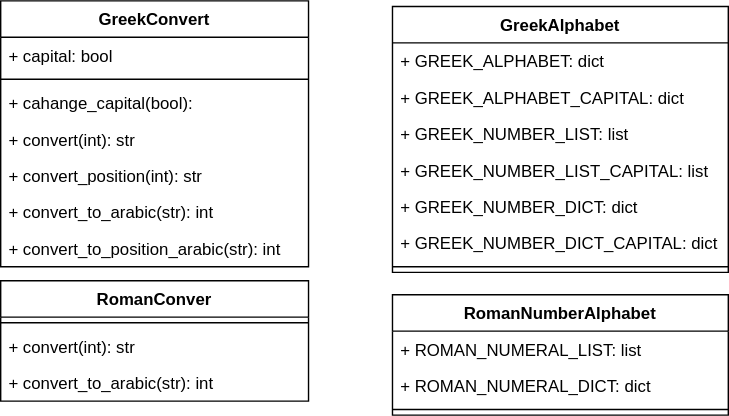
Earlier version of the draw.io export Diagrams/ArabicToRoman.drawio.svg (PavelKotDRM/GreekRomanNumerical). Source tidied: cells renumbered, new cells last; positions are measured from the earlier drawing's top-left corner, leaving out a move shared by most shapes. The source it was exported from:
```xml
<mxGraphModel background="#FFFFFF">
  <root>
    <mxCell id="0" />
    <mxCell id="1" parent="0" />
    <mxCell id="2" value="GreekConvert" style="swimlane;fontStyle=1;align=center;verticalAlign=top;horizontal=1;startSize=26;" parent="1" vertex="1">
      <mxGeometry width="220" height="190" as="geometry" />
    </mxCell>
    <mxCell id="3" value="+ capital: bool" style="text;strokeColor=none;fillColor=none;align=left;verticalAlign=top;spacingLeft=4;spacingRight=4;overflow=hidden;" parent="2" vertex="1">
      <mxGeometry y="26" width="220" height="26" as="geometry" />
    </mxCell>
    <mxCell id="4" style="line;strokeWidth=1;fillColor=none;align=left;verticalAlign=middle;spacingTop=-1;spacingLeft=3;spacingRight=3;labelPosition=right;strokeColor=inherit;" parent="2" vertex="1">
      <mxGeometry y="52" width="220" height="8" as="geometry" />
    </mxCell>
    <mxCell id="5" value="+ cahange_capital(bool): " style="text;strokeColor=none;fillColor=none;align=left;verticalAlign=top;spacingLeft=4;spacingRight=4;overflow=hidden;" parent="2" vertex="1">
      <mxGeometry y="60" width="220" height="26" as="geometry" />
    </mxCell>
    <mxCell id="6" value="+ convert(int): str" style="text;strokeColor=none;fillColor=none;align=left;verticalAlign=top;spacingLeft=4;spacingRight=4;overflow=hidden;" parent="2" vertex="1">
      <mxGeometry y="86" width="220" height="26" as="geometry" />
    </mxCell>
    <mxCell id="7" value="+ convert_position(int): str" style="text;strokeColor=none;fillColor=none;align=left;verticalAlign=top;spacingLeft=4;spacingRight=4;overflow=hidden;" parent="2" vertex="1">
      <mxGeometry y="112" width="220" height="26" as="geometry" />
    </mxCell>
    <mxCell id="8" value="+ convert_to_arabic(str): int" style="text;strokeColor=none;fillColor=none;align=left;verticalAlign=top;spacingLeft=4;spacingRight=4;overflow=hidden;" parent="2" vertex="1">
      <mxGeometry y="138" width="220" height="26" as="geometry" />
    </mxCell>
    <mxCell id="9" value="+ convert_to_position_arabic(str): int" style="text;strokeColor=none;fillColor=none;align=left;verticalAlign=top;spacingLeft=4;spacingRight=4;overflow=hidden;" parent="2" vertex="1">
      <mxGeometry y="164" width="220" height="26" as="geometry" />
    </mxCell>
    <mxCell id="10" value="RomanConver" style="swimlane;fontStyle=1;align=center;verticalAlign=top;horizontal=1;startSize=26;" parent="1" vertex="1">
      <mxGeometry y="200" width="220" height="86" as="geometry" />
    </mxCell>
    <mxCell id="11" style="line;strokeWidth=1;fillColor=none;align=left;verticalAlign=middle;spacingTop=-1;spacingLeft=3;spacingRight=3;labelPosition=right;strokeColor=inherit;" parent="10" vertex="1">
      <mxGeometry y="26" width="220" height="8" as="geometry" />
    </mxCell>
    <mxCell id="12" value="+ convert(int): str" style="text;strokeColor=none;fillColor=none;align=left;verticalAlign=top;spacingLeft=4;spacingRight=4;overflow=hidden;" parent="10" vertex="1">
      <mxGeometry y="34" width="220" height="26" as="geometry" />
    </mxCell>
    <mxCell id="13" value="+ convert_to_arabic(str): int" style="text;strokeColor=none;fillColor=none;align=left;verticalAlign=top;spacingLeft=4;spacingRight=4;overflow=hidden;" parent="10" vertex="1">
      <mxGeometry y="60" width="220" height="26" as="geometry" />
    </mxCell>
    <mxCell id="14" value="GreekAlphabet" style="swimlane;fontStyle=1;align=center;verticalAlign=top;horizontal=1;startSize=26;" parent="1" vertex="1">
      <mxGeometry x="280" y="4" width="240" height="190" as="geometry" />
    </mxCell>
    <mxCell id="15" value="+ GREEK_ALPHABET: dict" style="text;strokeColor=none;fillColor=none;align=left;verticalAlign=top;spacingLeft=4;spacingRight=4;overflow=hidden;" parent="14" vertex="1">
      <mxGeometry y="26" width="240" height="26" as="geometry" />
    </mxCell>
    <mxCell id="16" value="+ GREEK_ALPHABET_CAPITAL: dict" style="text;strokeColor=none;fillColor=none;align=left;verticalAlign=top;spacingLeft=4;spacingRight=4;overflow=hidden;" parent="14" vertex="1">
      <mxGeometry y="52" width="240" height="26" as="geometry" />
    </mxCell>
    <mxCell id="17" value="+ GREEK_NUMBER_LIST: list" style="text;strokeColor=none;fillColor=none;align=left;verticalAlign=top;spacingLeft=4;spacingRight=4;overflow=hidden;" parent="14" vertex="1">
      <mxGeometry y="78" width="240" height="26" as="geometry" />
    </mxCell>
    <mxCell id="18" value="+ GREEK_NUMBER_LIST_CAPITAL: list" style="text;strokeColor=none;fillColor=none;align=left;verticalAlign=top;spacingLeft=4;spacingRight=4;overflow=hidden;" parent="14" vertex="1">
      <mxGeometry y="104" width="240" height="26" as="geometry" />
    </mxCell>
    <mxCell id="19" value="+ GREEK_NUMBER_DICT: dict" style="text;strokeColor=none;fillColor=none;align=left;verticalAlign=top;spacingLeft=4;spacingRight=4;overflow=hidden;" parent="14" vertex="1">
      <mxGeometry y="130" width="240" height="26" as="geometry" />
    </mxCell>
    <mxCell id="20" value="+ GREEK_NUMBER_DICT_CAPITAL: dict" style="text;strokeColor=none;fillColor=none;align=left;verticalAlign=top;spacingLeft=4;spacingRight=4;overflow=hidden;" parent="14" vertex="1">
      <mxGeometry y="156" width="240" height="26" as="geometry" />
    </mxCell>
    <mxCell id="21" style="line;strokeWidth=1;fillColor=none;align=left;verticalAlign=middle;spacingTop=-1;spacingLeft=3;spacingRight=3;labelPosition=right;strokeColor=inherit;" parent="14" vertex="1">
      <mxGeometry y="182" width="240" height="8" as="geometry" />
    </mxCell>
    <mxCell id="22" value="RomanNumberAlphabet" style="swimlane;fontStyle=1;align=center;verticalAlign=top;horizontal=1;startSize=26;" parent="1" vertex="1">
      <mxGeometry x="280" y="210" width="240" height="86" as="geometry" />
    </mxCell>
    <mxCell id="23" value="+ ROMAN_NUMERAL_LIST: list" style="text;strokeColor=none;fillColor=none;align=left;verticalAlign=top;spacingLeft=4;spacingRight=4;overflow=hidden;" parent="22" vertex="1">
      <mxGeometry y="26" width="240" height="26" as="geometry" />
    </mxCell>
    <mxCell id="24" value="+ ROMAN_NUMERAL_DICT: dict" style="text;strokeColor=none;fillColor=none;align=left;verticalAlign=top;spacingLeft=4;spacingRight=4;overflow=hidden;" parent="22" vertex="1">
      <mxGeometry y="52" width="240" height="26" as="geometry" />
    </mxCell>
    <mxCell id="25" style="line;strokeWidth=1;fillColor=none;align=left;verticalAlign=middle;spacingTop=-1;spacingLeft=3;spacingRight=3;labelPosition=right;strokeColor=inherit;" parent="22" vertex="1">
      <mxGeometry y="78" width="240" height="8" as="geometry" />
    </mxCell>
  </root>
</mxGraphModel>
```
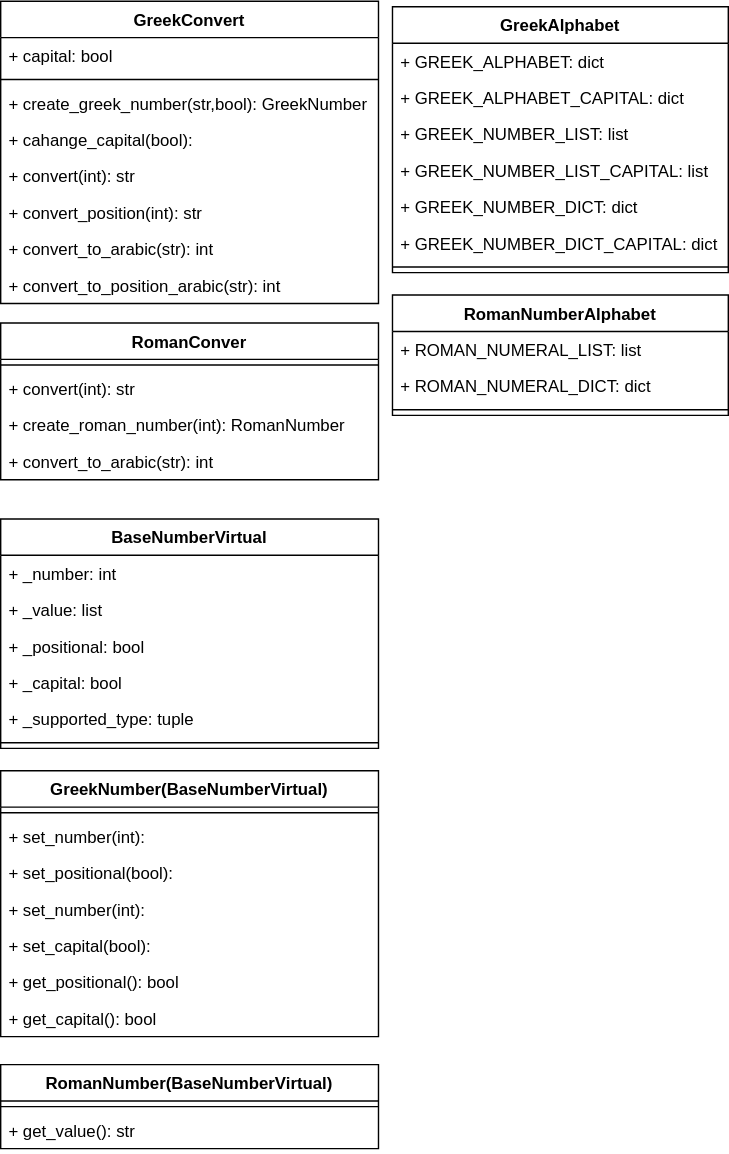
Later version of the same file.

Change to the diagram source:
```diff
@@ -3,40 +3,46 @@
     <mxCell id="0" />
     <mxCell id="1" parent="0" />
     <mxCell id="2" value="GreekConvert" style="swimlane;fontStyle=1;align=center;verticalAlign=top;horizontal=1;startSize=26;" parent="1" vertex="1">
-      <mxGeometry width="220" height="190" as="geometry" />
+      <mxGeometry width="270" height="216" as="geometry" />
     </mxCell>
     <mxCell id="3" value="+ capital: bool" style="text;strokeColor=none;fillColor=none;align=left;verticalAlign=top;spacingLeft=4;spacingRight=4;overflow=hidden;" parent="2" vertex="1">
-      <mxGeometry y="26" width="220" height="26" as="geometry" />
+      <mxGeometry y="26" width="270" height="26" as="geometry" />
     </mxCell>
     <mxCell id="4" style="line;strokeWidth=1;fillColor=none;align=left;verticalAlign=middle;spacingTop=-1;spacingLeft=3;spacingRight=3;labelPosition=right;strokeColor=inherit;" parent="2" vertex="1">
-      <mxGeometry y="52" width="220" height="8" as="geometry" />
+      <mxGeometry y="52" width="270" height="8" as="geometry" />
     </mxCell>
+    <mxCell id="26" value="+ create_greek_number(str,bool): GreekNumber" style="text;strokeColor=none;fillColor=none;align=left;verticalAlign=top;spacingLeft=4;spacingRight=4;overflow=hidden;" parent="2" vertex="1">
+      <mxGeometry y="60" width="270" height="26" as="geometry" />
+    </mxCell>
     <mxCell id="5" value="+ cahange_capital(bool): " style="text;strokeColor=none;fillColor=none;align=left;verticalAlign=top;spacingLeft=4;spacingRight=4;overflow=hidden;" parent="2" vertex="1">
-      <mxGeometry y="60" width="220" height="26" as="geometry" />
+      <mxGeometry y="86" width="270" height="26" as="geometry" />
     </mxCell>
     <mxCell id="6" value="+ convert(int): str" style="text;strokeColor=none;fillColor=none;align=left;verticalAlign=top;spacingLeft=4;spacingRight=4;overflow=hidden;" parent="2" vertex="1">
-      <mxGeometry y="86" width="220" height="26" as="geometry" />
+      <mxGeometry y="112" width="270" height="26" as="geometry" />
     </mxCell>
     <mxCell id="7" value="+ convert_position(int): str" style="text;strokeColor=none;fillColor=none;align=left;verticalAlign=top;spacingLeft=4;spacingRight=4;overflow=hidden;" parent="2" vertex="1">
-      <mxGeometry y="112" width="220" height="26" as="geometry" />
+      <mxGeometry y="138" width="270" height="26" as="geometry" />
     </mxCell>
     <mxCell id="8" value="+ convert_to_arabic(str): int" style="text;strokeColor=none;fillColor=none;align=left;verticalAlign=top;spacingLeft=4;spacingRight=4;overflow=hidden;" parent="2" vertex="1">
-      <mxGeometry y="138" width="220" height="26" as="geometry" />
+      <mxGeometry y="164" width="270" height="26" as="geometry" />
     </mxCell>
     <mxCell id="9" value="+ convert_to_position_arabic(str): int" style="text;strokeColor=none;fillColor=none;align=left;verticalAlign=top;spacingLeft=4;spacingRight=4;overflow=hidden;" parent="2" vertex="1">
-      <mxGeometry y="164" width="220" height="26" as="geometry" />
+      <mxGeometry y="190" width="270" height="26" as="geometry" />
     </mxCell>
     <mxCell id="10" value="RomanConver" style="swimlane;fontStyle=1;align=center;verticalAlign=top;horizontal=1;startSize=26;" parent="1" vertex="1">
-      <mxGeometry y="200" width="220" height="86" as="geometry" />
+      <mxGeometry y="230" width="270" height="112" as="geometry" />
     </mxCell>
     <mxCell id="11" style="line;strokeWidth=1;fillColor=none;align=left;verticalAlign=middle;spacingTop=-1;spacingLeft=3;spacingRight=3;labelPosition=right;strokeColor=inherit;" parent="10" vertex="1">
-      <mxGeometry y="26" width="220" height="8" as="geometry" />
+      <mxGeometry y="26" width="270" height="8" as="geometry" />
     </mxCell>
+    <mxCell id="27" value="+ convert(int): str" style="text;strokeColor=none;fillColor=none;align=left;verticalAlign=top;spacingLeft=4;spacingRight=4;overflow=hidden;" parent="10" vertex="1">
+      <mxGeometry y="34" width="270" height="26" as="geometry" />
+    </mxCell>
-    <mxCell id="12" value="+ convert(int): str" style="text;strokeColor=none;fillColor=none;align=left;verticalAlign=top;spacingLeft=4;spacingRight=4;overflow=hidden;" parent="10" vertex="1">
-      <mxGeometry y="34" width="220" height="26" as="geometry" />
+    <mxCell id="12" value="+ create_roman_number(int): RomanNumber" style="text;strokeColor=none;fillColor=none;align=left;verticalAlign=top;spacingLeft=4;spacingRight=4;overflow=hidden;" parent="10" vertex="1">
+      <mxGeometry y="60" width="270" height="26" as="geometry" />
     </mxCell>
     <mxCell id="13" value="+ convert_to_arabic(str): int" style="text;strokeColor=none;fillColor=none;align=left;verticalAlign=top;spacingLeft=4;spacingRight=4;overflow=hidden;" parent="10" vertex="1">
-      <mxGeometry y="60" width="220" height="26" as="geometry" />
+      <mxGeometry y="86" width="270" height="26" as="geometry" />
     </mxCell>
     <mxCell id="14" value="GreekAlphabet" style="swimlane;fontStyle=1;align=center;verticalAlign=top;horizontal=1;startSize=26;" parent="1" vertex="1">
       <mxGeometry x="280" y="4" width="240" height="190" as="geometry" />
@@ -74,5 +80,59 @@
     <mxCell id="25" style="line;strokeWidth=1;fillColor=none;align=left;verticalAlign=middle;spacingTop=-1;spacingLeft=3;spacingRight=3;labelPosition=right;strokeColor=inherit;" parent="22" vertex="1">
       <mxGeometry y="78" width="240" height="8" as="geometry" />
     </mxCell>
+    <mxCell id="28" value="BaseNumberVirtual" style="swimlane;fontStyle=1;align=center;verticalAlign=top;horizontal=1;startSize=26;" parent="1" vertex="1">
+      <mxGeometry y="370" width="270" height="164" as="geometry" />
+    </mxCell>
+    <mxCell id="29" value="+ _number: int" style="text;strokeColor=none;fillColor=none;align=left;verticalAlign=top;spacingLeft=4;spacingRight=4;overflow=hidden;" parent="28" vertex="1">
+      <mxGeometry y="26" width="270" height="26" as="geometry" />
+    </mxCell>
+    <mxCell id="30" value="+ _value: list" style="text;strokeColor=none;fillColor=none;align=left;verticalAlign=top;spacingLeft=4;spacingRight=4;overflow=hidden;" parent="28" vertex="1">
+      <mxGeometry y="52" width="270" height="26" as="geometry" />
+    </mxCell>
+    <mxCell id="31" value="+ _positional: bool" style="text;strokeColor=none;fillColor=none;align=left;verticalAlign=top;spacingLeft=4;spacingRight=4;overflow=hidden;" parent="28" vertex="1">
+      <mxGeometry y="78" width="270" height="26" as="geometry" />
+    </mxCell>
+    <mxCell id="32" value="+ _capital: bool" style="text;strokeColor=none;fillColor=none;align=left;verticalAlign=top;spacingLeft=4;spacingRight=4;overflow=hidden;" parent="28" vertex="1">
+      <mxGeometry y="104" width="270" height="26" as="geometry" />
+    </mxCell>
+    <mxCell id="33" value="+ _supported_type: tuple" style="text;strokeColor=none;fillColor=none;align=left;verticalAlign=top;spacingLeft=4;spacingRight=4;overflow=hidden;" parent="28" vertex="1">
+      <mxGeometry y="130" width="270" height="26" as="geometry" />
+    </mxCell>
+    <mxCell id="34" style="line;strokeWidth=1;fillColor=none;align=left;verticalAlign=middle;spacingTop=-1;spacingLeft=3;spacingRight=3;labelPosition=right;strokeColor=inherit;" parent="28" vertex="1">
+      <mxGeometry y="156" width="270" height="8" as="geometry" />
+    </mxCell>
+    <mxCell id="35" value="GreekNumber(BaseNumberVirtual)" style="swimlane;fontStyle=1;align=center;verticalAlign=top;horizontal=1;startSize=26;" parent="1" vertex="1">
+      <mxGeometry y="550" width="270" height="190" as="geometry" />
+    </mxCell>
+    <mxCell id="36" style="line;strokeWidth=1;fillColor=none;align=left;verticalAlign=middle;spacingTop=-1;spacingLeft=3;spacingRight=3;labelPosition=right;strokeColor=inherit;" parent="35" vertex="1">
+      <mxGeometry y="26" width="270" height="8" as="geometry" />
+    </mxCell>
+    <mxCell id="37" value="+ set_number(int): " style="text;strokeColor=none;fillColor=none;align=left;verticalAlign=top;spacingLeft=4;spacingRight=4;overflow=hidden;" parent="35" vertex="1">
+      <mxGeometry y="34" width="270" height="26" as="geometry" />
+    </mxCell>
+    <mxCell id="38" value="+ set_positional(bool): " style="text;strokeColor=none;fillColor=none;align=left;verticalAlign=top;spacingLeft=4;spacingRight=4;overflow=hidden;" parent="35" vertex="1">
+      <mxGeometry y="60" width="270" height="26" as="geometry" />
+    </mxCell>
+    <mxCell id="39" value="+ set_number(int): " style="text;strokeColor=none;fillColor=none;align=left;verticalAlign=top;spacingLeft=4;spacingRight=4;overflow=hidden;" parent="35" vertex="1">
+      <mxGeometry y="86" width="270" height="26" as="geometry" />
+    </mxCell>
+    <mxCell id="40" value="+ set_capital(bool): " style="text;strokeColor=none;fillColor=none;align=left;verticalAlign=top;spacingLeft=4;spacingRight=4;overflow=hidden;" parent="35" vertex="1">
+      <mxGeometry y="112" width="270" height="26" as="geometry" />
+    </mxCell>
+    <mxCell id="41" value="+ get_positional(): bool" style="text;strokeColor=none;fillColor=none;align=left;verticalAlign=top;spacingLeft=4;spacingRight=4;overflow=hidden;" parent="35" vertex="1">
+      <mxGeometry y="138" width="270" height="26" as="geometry" />
+    </mxCell>
+    <mxCell id="42" value="+ get_capital(): bool" style="text;strokeColor=none;fillColor=none;align=left;verticalAlign=top;spacingLeft=4;spacingRight=4;overflow=hidden;" parent="35" vertex="1">
+      <mxGeometry y="164" width="270" height="26" as="geometry" />
+    </mxCell>
+    <mxCell id="43" value="RomanNumber(BaseNumberVirtual)" style="swimlane;fontStyle=1;align=center;verticalAlign=top;horizontal=1;startSize=26;" parent="1" vertex="1">
+      <mxGeometry y="760" width="270" height="60" as="geometry" />
+    </mxCell>
+    <mxCell id="44" style="line;strokeWidth=1;fillColor=none;align=left;verticalAlign=middle;spacingTop=-1;spacingLeft=3;spacingRight=3;labelPosition=right;strokeColor=inherit;" parent="43" vertex="1">
+      <mxGeometry y="26" width="270" height="8" as="geometry" />
+    </mxCell>
+    <mxCell id="45" value="+ get_value(): str" style="text;strokeColor=none;fillColor=none;align=left;verticalAlign=top;spacingLeft=4;spacingRight=4;overflow=hidden;" parent="43" vertex="1">
+      <mxGeometry y="34" width="270" height="26" as="geometry" />
+    </mxCell>
   </root>
 </mxGraphModel>
```
